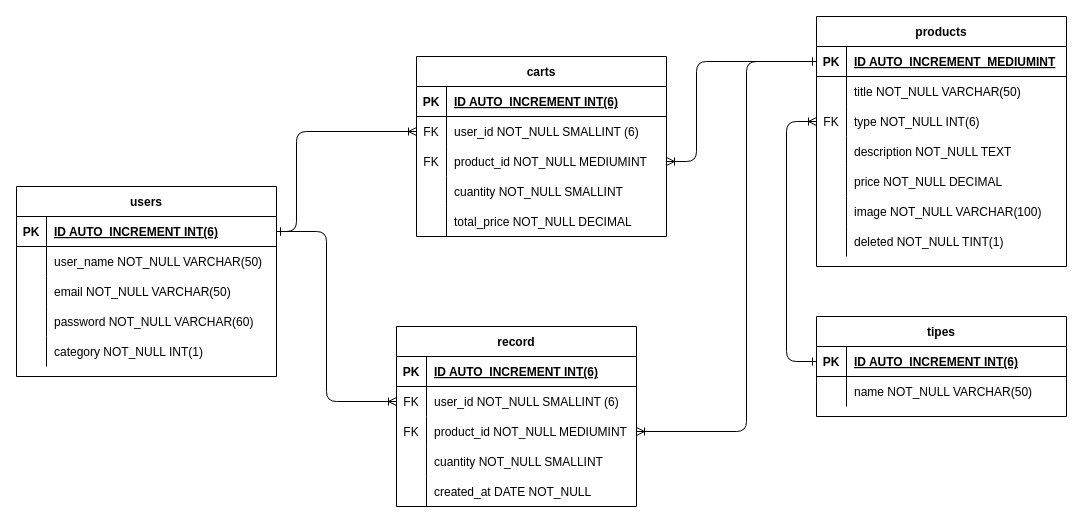
Before: database-diagram.drawio in Juan-Ignacio-Bordignon/Proyecto-Ecommerce, a draw.io diagram. Source tidied: cells renumbered, new cells numbered last; positions are measured from the earlier drawing's top-left corner, leaving out a move shared by most shapes. Both pictures are drawn from the tidied source at 100%, with x=0, y=0 at pixel (16, 16).
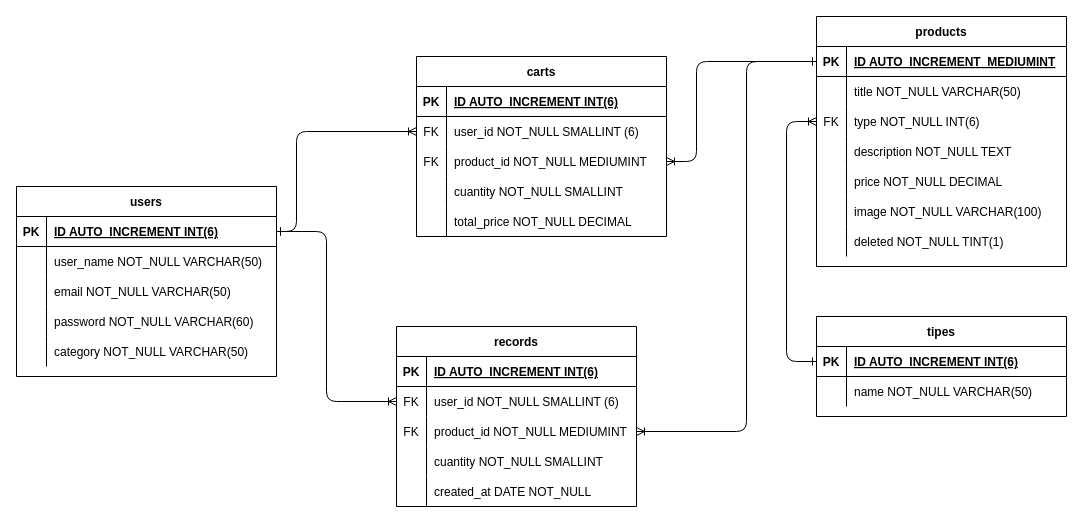
The same page after the edit.

Commit message (it also covers changes not shown here):
Creación de modelos y corrección del script de la BD y diagrama

Unchanged cells that the change refers to:
```xml
<mxCell id="44" style="shape=partialRectangle;fillColor=none;top=0;left=0;bottom=0;right=0;" parent="31" vertex="1">
  <mxGeometry y="150" width="260" height="30" as="geometry" />
</mxCell>
```

The edit, as a diff of the source:
```diff
@@
-    <mxCell id="46" value="category NOT_NULL INT(1)" style="shape=partialRectangle;fillColor=none;top=0;left=0;bottom=0;right=0;align=left;spacingLeft=6;overflow=hidden;" parent="44" vertex="1">
+    <mxCell id="46" value="category NOT_NULL VARCHAR(50)" style="shape=partialRectangle;fillColor=none;top=0;left=0;bottom=0;right=0;align=left;spacingLeft=6;overflow=hidden;" parent="44" vertex="1">
       <mxGeometry x="30" width="230" height="30" as="geometry" />
     </mxCell>
@@
-    <mxCell id="66" value="record" style="shape=table;startSize=30;childLayout=tableLayout;rowLines=0;fontStyle=1;align=center;" parent="1" vertex="1">
+    <mxCell id="66" value="records" style="shape=table;startSize=30;childLayout=tableLayout;rowLines=0;fontStyle=1;align=center;" parent="1" vertex="1">
       <mxGeometry x="380" y="310" width="240" height="180" as="geometry" />
     </mxCell>
```
